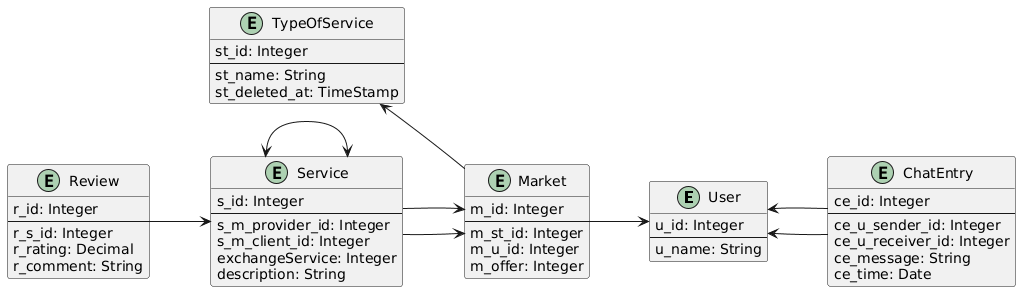
Earlier version of the PlantUML export asciidocs/slides/images/er-diagram.png (2425-4chif-syp/01-projekte-d4d).
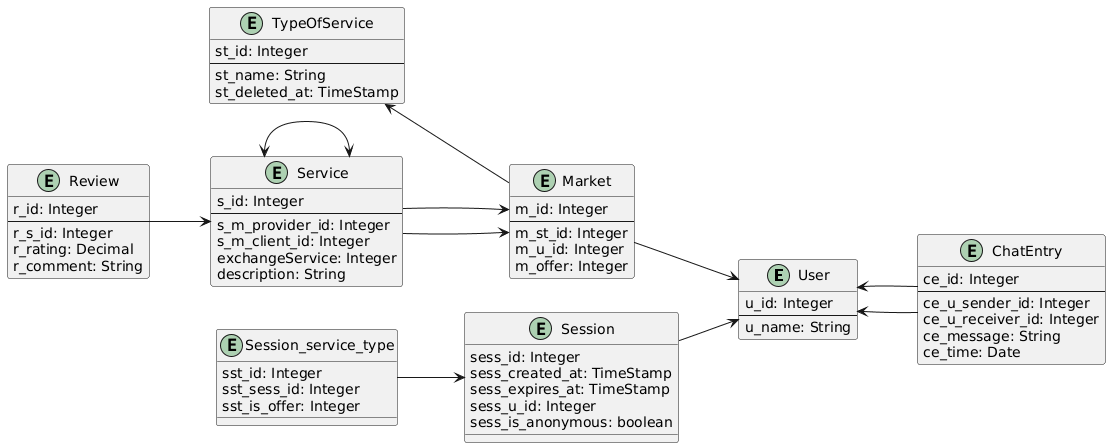
The same file after the commit.

Change to the diagram source:
```diff
@@ -48,6 +48,20 @@
 r_comment: String
 }
 
+entity "Session_service_type" as Session_service_type {
+sst_id: Integer
+sst_sess_id: Integer
+sst_is_offer: Integer
+}
+
+entity "Session" as Session {
+sess_id: Integer
+sess_created_at: TimeStamp
+sess_expires_at: TimeStamp
+sess_u_id: Integer
+sess_is_anonymous: boolean
+}
+
 User <-- ChatEntry
 Review --> Service
 ChatEntry --> User
@@ -56,4 +70,6 @@
 Service --> Market
 Service <--> Service
 Market --> User
+Session_service_type --> Session
+Session --> User
 @enduml
```
